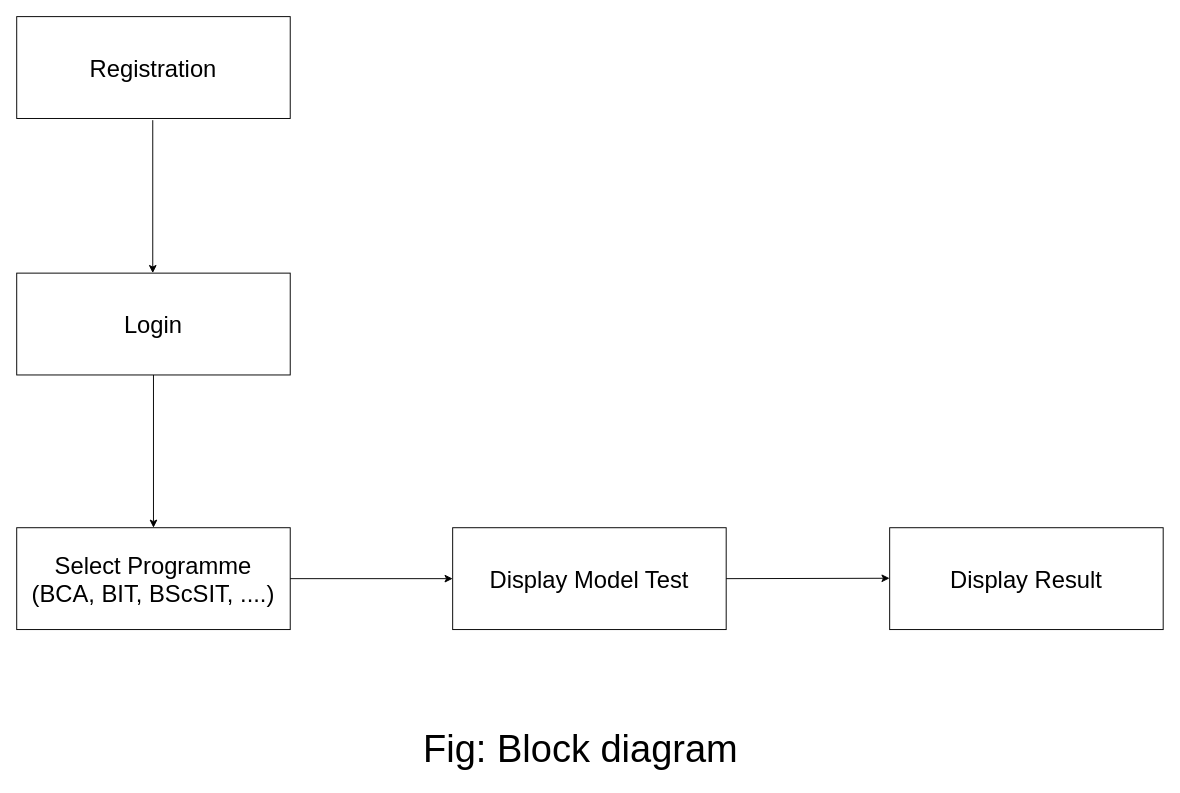
This is static/Project Diagram/Block Diagram.drawio from sainisoftravi/online_entrance, a draw.io file, before an edit. Source tidied: cells renumbered, new cells numbered last; positions are measured from the earlier drawing's top-left corner, leaving out a move shared by most shapes. Both pictures are drawn from the tidied source at 95%, with x=0, y=0 at pixel (16, 16).
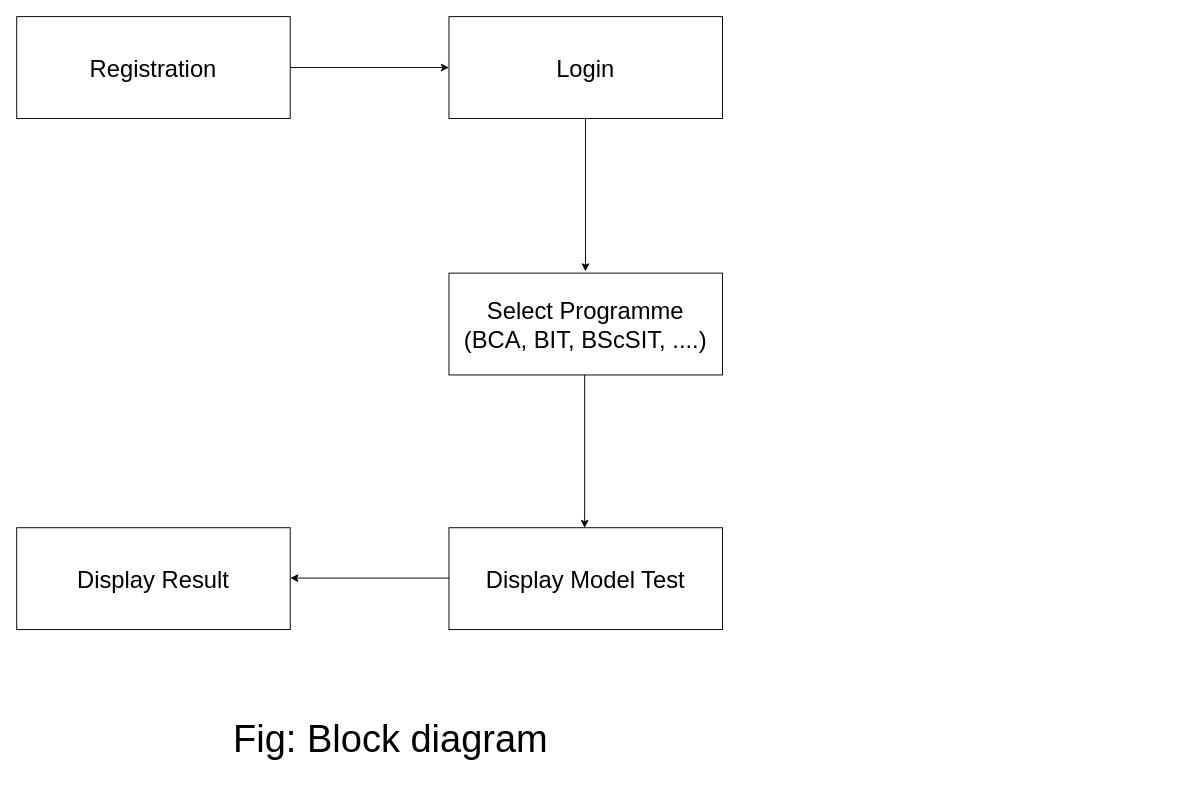
Above is the later version.

Commit message (it also covers changes not shown here):
Updated Block Diagram

Change to the diagram source:
```diff
@@
 <mxGraphModel>
   <root>
     <mxCell id="0" />
     <mxCell id="1" parent="0" />
     <mxCell id="2" value="&lt;font style=&quot;font-size: 25px;&quot;&gt;Select Programme&lt;br&gt;(BCA, BIT, BScSIT, ....)&lt;br&gt;&lt;/font&gt;" style="whiteSpace=wrap;html=1;" parent="1" vertex="1">
-      <mxGeometry x="0.1" y="538" width="287.9" height="107.2" as="geometry" />
+      <mxGeometry x="455.1" y="270" width="287.9" height="107.2" as="geometry" />
     </mxCell>
     <mxCell id="3" value="&lt;font style=&quot;&quot;&gt;&lt;font style=&quot;font-size: 25px;&quot;&gt;Login&lt;/font&gt;&lt;br&gt;&lt;/font&gt;" style="whiteSpace=wrap;html=1;" parent="1" vertex="1">
-      <mxGeometry x="0.1" y="270" width="287.9" height="107.2" as="geometry" />
+      <mxGeometry x="455.1" width="287.9" height="107.2" as="geometry" />
     </mxCell>
     <mxCell id="4" value="&lt;font style=&quot;&quot;&gt;&lt;font style=&quot;font-size: 25px;&quot;&gt;Registration&lt;/font&gt;&lt;br&gt;&lt;/font&gt;" style="whiteSpace=wrap;html=1;" parent="1" vertex="1">
       <mxGeometry x="0.1" width="287.9" height="107.2" as="geometry" />
     </mxCell>
     <mxCell id="5" value="&lt;font style=&quot;&quot;&gt;&lt;font style=&quot;font-size: 25px;&quot;&gt;Display Model Test&lt;/font&gt;&lt;br&gt;&lt;/font&gt;" style="whiteSpace=wrap;html=1;" parent="1" vertex="1">
-      <mxGeometry x="459" y="538" width="287.9" height="107.2" as="geometry" />
+      <mxGeometry x="455.1" y="538" width="287.9" height="107.2" as="geometry" />
     </mxCell>
     <mxCell id="6" value="&lt;font style=&quot;&quot;&gt;&lt;font style=&quot;font-size: 25px;&quot;&gt;Display Result&lt;/font&gt;&lt;br&gt;&lt;/font&gt;" style="whiteSpace=wrap;html=1;" parent="1" vertex="1">
-      <mxGeometry x="919" y="538" width="287.9" height="107.2" as="geometry" />
+      <mxGeometry x="0.1" y="538" width="287.9" height="107.2" as="geometry" />
     </mxCell>
-    <mxCell id="7" style="endArrow=classic;html=1;rounded=0;exitX=0.5;exitY=1;exitDx=0;exitDy=0;entryX=0.5;entryY=0;entryDx=0;entryDy=0;" parent="1" edge="1" source="3" target="2">
-      <mxGeometry relative="1" as="geometry" />
-    </mxCell>
-    <mxCell id="8" style="endArrow=classic;html=1;rounded=0;exitX=1;exitY=0.5;exitDx=0;exitDy=0;entryX=0;entryY=0.5;entryDx=0;entryDy=0;" parent="1" edge="1" source="2" target="5">
-      <mxGeometry relative="1" as="geometry" />
-    </mxCell>
-    <mxCell id="9" style="endArrow=classic;html=1;rounded=0;exitX=1;exitY=0.5;exitDx=0;exitDy=0;entryX=0;entryY=0.5;entryDx=0;entryDy=0;" parent="1" edge="1" source="5">
-      <mxGeometry relative="1" as="geometry">
-        <mxPoint x="918.9" y="591.2" as="targetPoint" />
-      </mxGeometry>
-    </mxCell>
     <mxCell id="10" value="&lt;font style=&quot;font-size: 40px;&quot;&gt;Fig: Block diagram&amp;nbsp;&lt;/font&gt;" style="text;html=1;align=center;verticalAlign=middle;strokeColor=none;fillColor=none;" parent="1" vertex="1">
-      <mxGeometry x="419" y="740" width="360" height="60" as="geometry" />
+      <mxGeometry x="219" y="730" width="360" height="60" as="geometry" />
     </mxCell>
     <mxCell id="11" style="endArrow=classic;html=1;rounded=0;exitX=0.5;exitY=1;exitDx=0;exitDy=0;entryX=0.5;entryY=0;entryDx=0;entryDy=0;" parent="1" edge="1">
       <mxGeometry relative="1" as="geometry">
-        <mxPoint x="143.3" y="109" as="sourcePoint" />
-        <mxPoint x="143.3" y="270" as="targetPoint" />
+        <mxPoint x="598.8" y="107.2" as="sourcePoint" />
+        <mxPoint x="598.8" y="268.2" as="targetPoint" />
       </mxGeometry>
     </mxCell>
+    <mxCell id="12" style="endArrow=classic;html=1;rounded=0;exitX=1;exitY=0.5;exitDx=0;exitDy=0;entryX=0;entryY=0.5;entryDx=0;entryDy=0;" parent="1" edge="1" source="4" target="3">
+      <mxGeometry relative="1" as="geometry" />
+    </mxCell>
+    <mxCell id="13" style="endArrow=classic;html=1;rounded=0;exitX=0.5;exitY=1;exitDx=0;exitDy=0;entryX=0.5;entryY=0;entryDx=0;entryDy=0;" parent="1" edge="1">
+      <mxGeometry relative="1" as="geometry">
+        <mxPoint x="597.9" y="377.2" as="sourcePoint" />
+        <mxPoint x="597.9" y="538.2" as="targetPoint" />
+      </mxGeometry>
+    </mxCell>
+    <mxCell id="14" style="endArrow=classic;html=1;rounded=0;exitX=1;exitY=0.5;exitDx=0;exitDy=0;entryX=0;entryY=0.5;entryDx=0;entryDy=0;" parent="1" edge="1">
+      <mxGeometry relative="1" as="geometry">
+        <mxPoint x="455.1" y="591" as="sourcePoint" />
+        <mxPoint x="288.1" y="591" as="targetPoint" />
+      </mxGeometry>
+    </mxCell>
   </root>
 </mxGraphModel>
```
